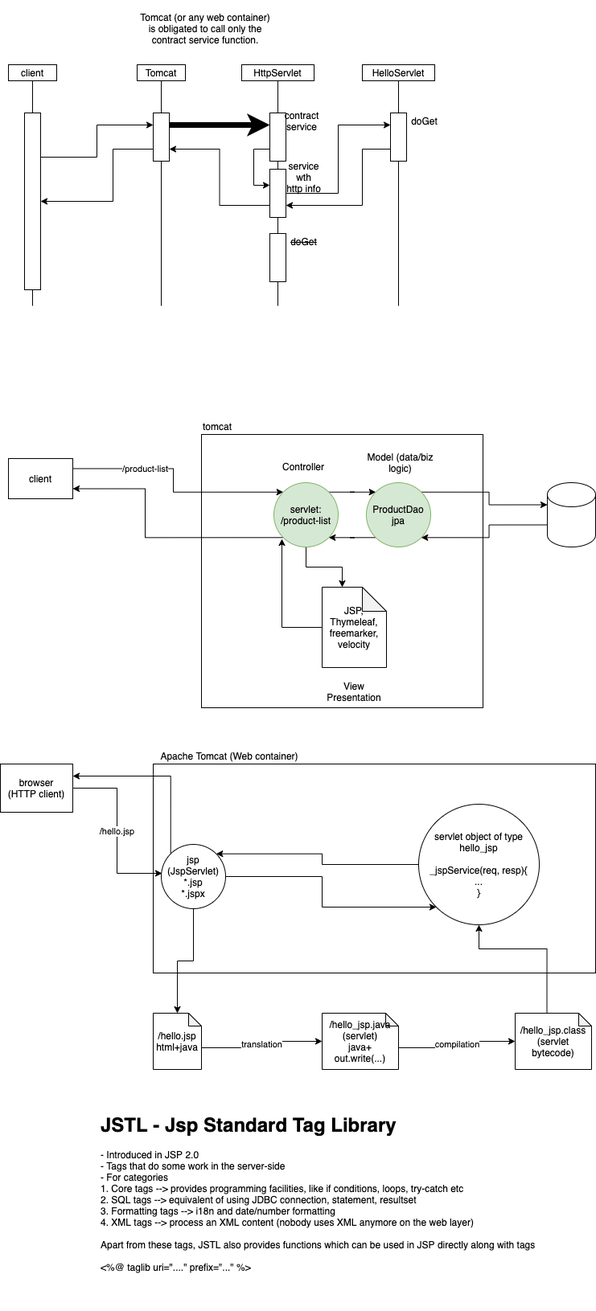
The draw.io diagram classroom-demo/day-08/java-webapp/concepts.dio.png in vaishnavirk/SAPIENT-ASDE-JUNE-2021, before a commit. Source tidied: cells renumbered, new cells last; positions are measured from the earlier drawing's top-left corner, leaving out a move shared by most shapes.
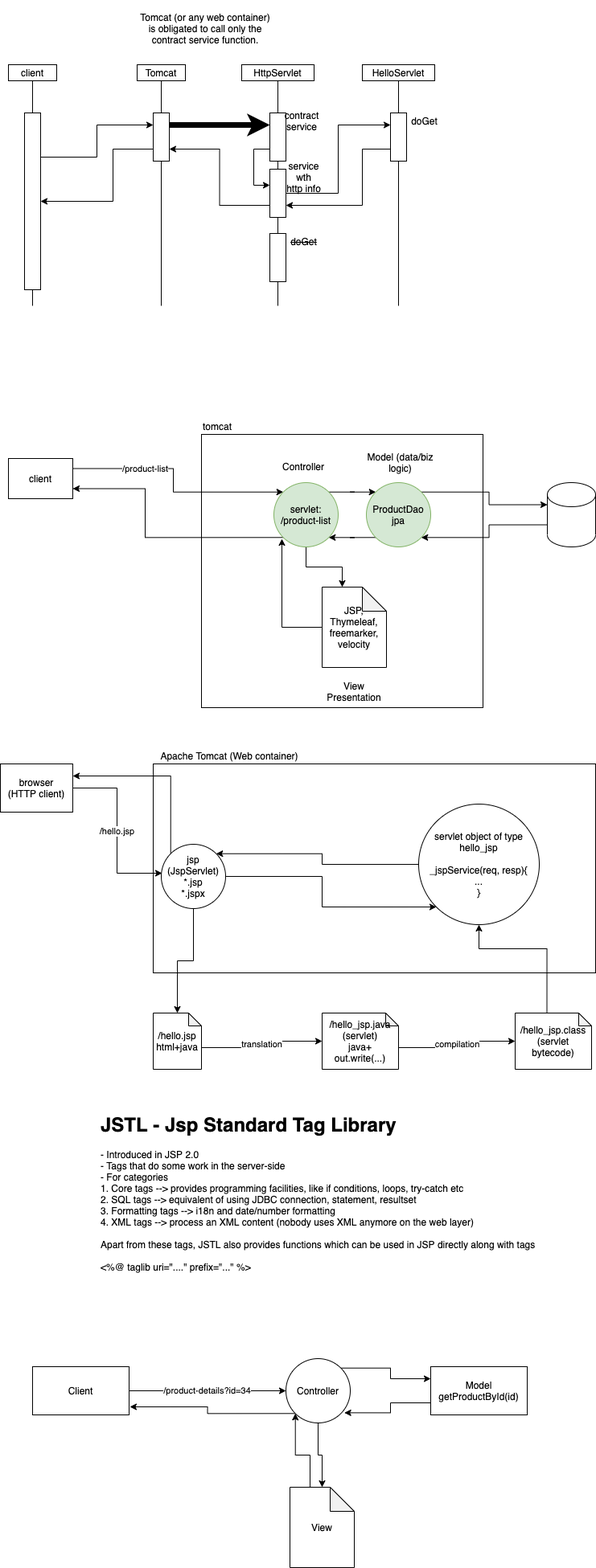
Later version of the same file.

Change to the diagram source:
```diff
@@ -219,5 +219,35 @@
     <mxCell id="62" value="&lt;h1&gt;JSTL - Jsp Standard Tag Library&lt;/h1&gt;&lt;div&gt;- Introduced in JSP 2.0&lt;/div&gt;&lt;div&gt;- Tags that do some work in the server-side&lt;/div&gt;&lt;div&gt;- For categories&lt;/div&gt;&lt;div&gt;1. Core tags --&amp;gt; provides programming facilities, like if conditions, loops, try-catch etc&lt;/div&gt;&lt;div&gt;2. SQL tags --&amp;gt; equivalent of using JDBC connection, statement, resultset&lt;/div&gt;&lt;div&gt;3. Formatting tags --&amp;gt; i18n and date/number formatting&lt;/div&gt;&lt;div&gt;4. XML tags --&amp;gt; process an XML content (nobody uses XML anymore on the web layer)&lt;/div&gt;&lt;div&gt;&lt;br&gt;&lt;/div&gt;&lt;div&gt;Apart from these tags, JSTL also provides functions which can be used in JSP directly along with tags&lt;/div&gt;&lt;div&gt;&lt;br&gt;&lt;/div&gt;&lt;div&gt;&amp;lt;%@ taglib uri=&quot;....&quot; prefix=&quot;...&quot; %&amp;gt;&lt;/div&gt;" style="text;html=1;strokeColor=none;fillColor=none;spacing=5;spacingTop=-20;whiteSpace=wrap;overflow=hidden;rounded=0;" parent="1" vertex="1">
       <mxGeometry x="120" y="1380" width="550" height="250" as="geometry" />
     </mxCell>
+    <mxCell id="63" value="/product-details?id=34" style="edgeStyle=orthogonalEdgeStyle;rounded=0;jettySize=auto;html=1;exitX=1;exitY=0.5;exitDx=0;exitDy=0;entryX=0;entryY=0.5;entryDx=0;entryDy=0;" parent="1" edge="1" source="64" target="68">
+      <mxGeometry relative="1" as="geometry" />
+    </mxCell>
+    <mxCell id="64" value="Client" style="rounded=0;whiteSpace=wrap;html=1;" parent="1" vertex="1">
+      <mxGeometry x="40" y="1700" width="120" height="60" as="geometry" />
+    </mxCell>
+    <mxCell id="65" style="edgeStyle=orthogonalEdgeStyle;rounded=0;jettySize=auto;html=1;exitX=1;exitY=0;exitDx=0;exitDy=0;entryX=0;entryY=0.25;entryDx=0;entryDy=0;" parent="1" edge="1" source="68" target="70">
+      <mxGeometry relative="1" as="geometry" />
+    </mxCell>
+    <mxCell id="66" style="edgeStyle=orthogonalEdgeStyle;rounded=0;jettySize=auto;html=1;exitX=0.5;exitY=1;exitDx=0;exitDy=0;" parent="1" edge="1" source="68" target="72">
+      <mxGeometry relative="1" as="geometry" />
+    </mxCell>
+    <mxCell id="67" style="edgeStyle=orthogonalEdgeStyle;rounded=0;jettySize=auto;html=1;exitX=0;exitY=1;exitDx=0;exitDy=0;entryX=1.008;entryY=0.833;entryDx=0;entryDy=0;entryPerimeter=0;" parent="1" edge="1" source="68" target="64">
+      <mxGeometry relative="1" as="geometry" />
+    </mxCell>
+    <mxCell id="68" value="Controller" style="ellipse;whiteSpace=wrap;html=1;" parent="1" vertex="1">
+      <mxGeometry x="355" y="1690" width="80" height="80" as="geometry" />
+    </mxCell>
+    <mxCell id="69" style="edgeStyle=orthogonalEdgeStyle;rounded=0;jettySize=auto;html=1;exitX=0;exitY=0.75;exitDx=0;exitDy=0;entryX=0.908;entryY=0.842;entryDx=0;entryDy=0;entryPerimeter=0;" parent="1" edge="1" source="70" target="68">
+      <mxGeometry relative="1" as="geometry" />
+    </mxCell>
+    <mxCell id="70" value="Model&lt;br&gt;getProductById(id)" style="rounded=0;whiteSpace=wrap;html=1;" parent="1" vertex="1">
+      <mxGeometry x="535" y="1700" width="120" height="60" as="geometry" />
+    </mxCell>
+    <mxCell id="71" style="edgeStyle=orthogonalEdgeStyle;rounded=0;jettySize=auto;html=1;exitX=0;exitY=0;exitDx=25;exitDy=0;exitPerimeter=0;entryX=0;entryY=1;entryDx=0;entryDy=0;" parent="1" edge="1" source="72" target="68">
+      <mxGeometry relative="1" as="geometry" />
+    </mxCell>
+    <mxCell id="72" value="View" style="shape=note;whiteSpace=wrap;html=1;backgroundOutline=1;darkOpacity=0.05;" parent="1" vertex="1">
+      <mxGeometry x="360" y="1850" width="80" height="100" as="geometry" />
+    </mxCell>
   </root>
 </mxGraphModel>
```
